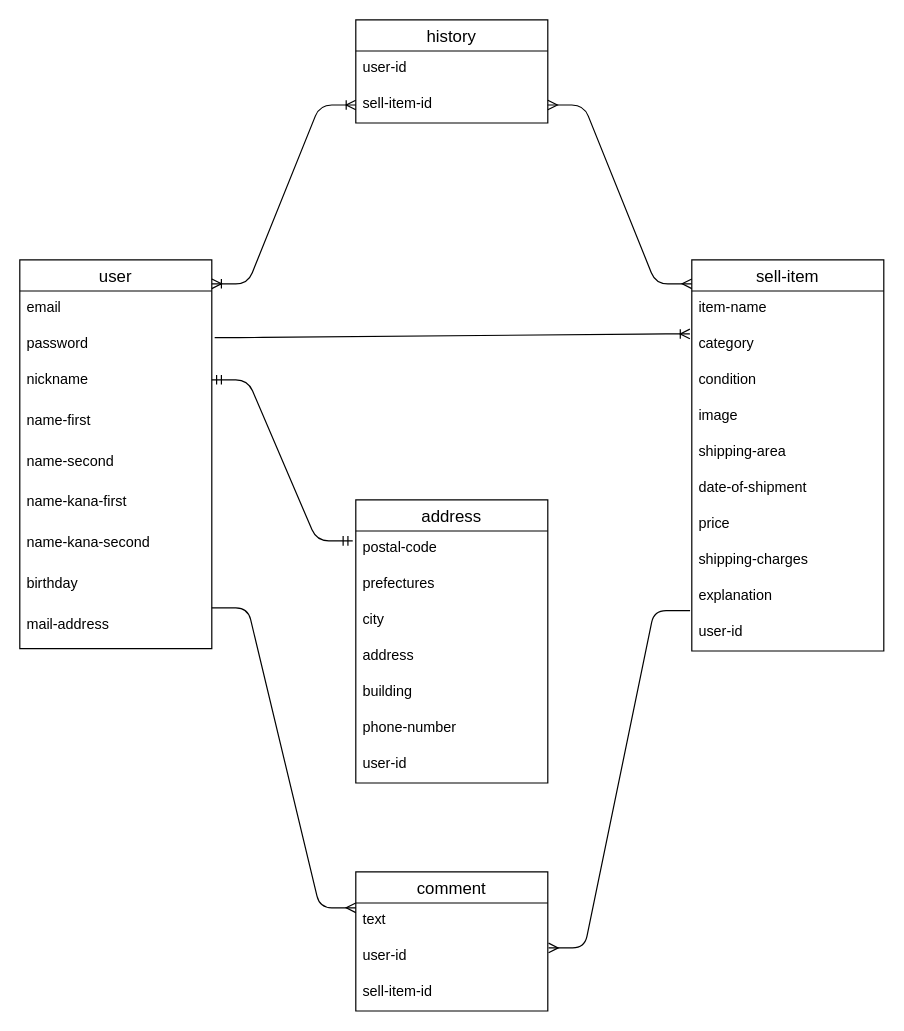
Above: hurima.dio in Tsutomu-sasaki1/furima-31549 (draw.io), before the change. Source tidied: cells renumbered, new cells numbered last; positions are measured from the earlier drawing's top-left corner, leaving out a move shared by most shapes. Both pictures are drawn from the tidied source at 120%, with x=0, y=0 at pixel (19, 19).
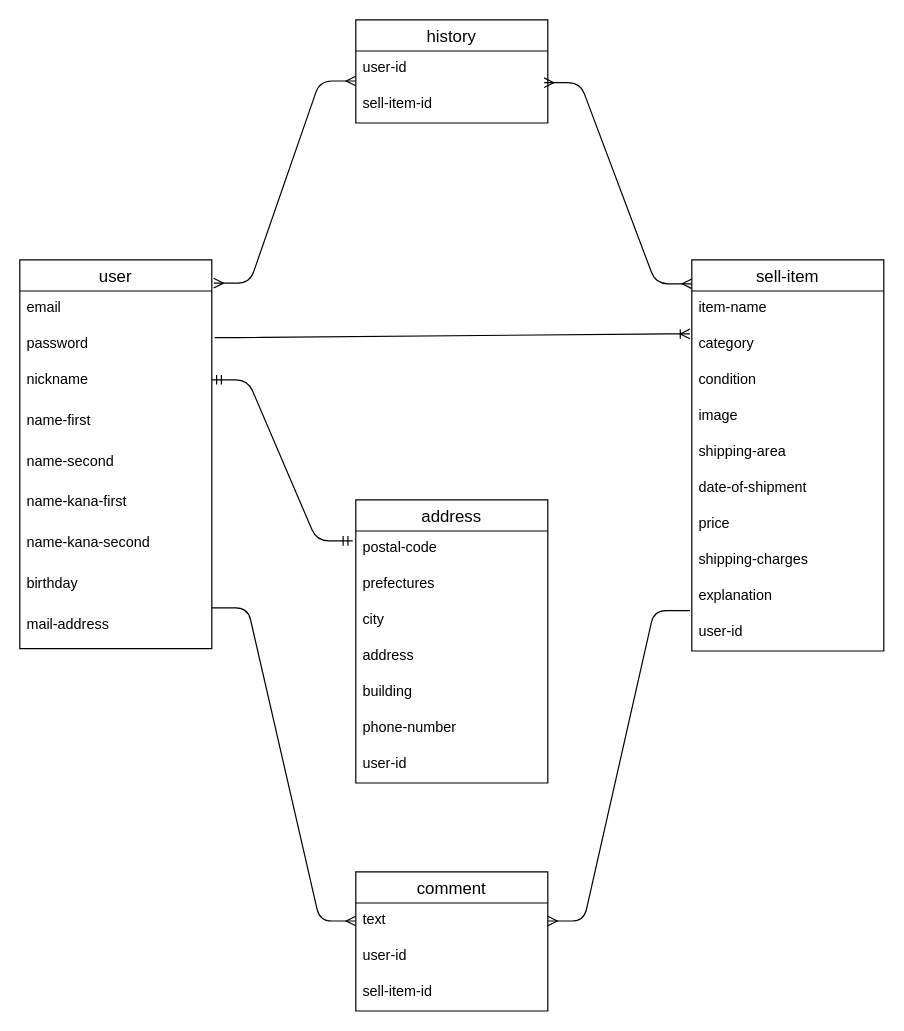
Above is the later version.

Commit message (it also covers changes not shown here):
user テーブル、unique: true を追加

Unchanged cells that the change refers to:
```xml
<mxCell id="2" value="user" style="swimlane;fontStyle=0;horizontal=1;startSize=26;align=center;fontSize=14;" parent="1" vertex="1">
  <mxGeometry y="200" width="160" height="324" as="geometry" />
</mxCell>
<mxCell id="30" value="user-id" style="text;strokeColor=none;fillColor=none;spacingLeft=4;spacingRight=4;overflow=hidden;points=[[0,0.5],[1,0.5]];portConstraint=eastwest;fontSize=12;" parent="20" vertex="1">
  <mxGeometry y="296" width="160" height="30" as="geometry" />
</mxCell>
<mxCell id="33" value="sell-item-id" style="text;strokeColor=none;fillColor=none;spacingLeft=4;spacingRight=4;overflow=hidden;points=[[0,0.5],[1,0.5]];portConstraint=eastwest;fontSize=12;" parent="31" vertex="1">
  <mxGeometry y="56" width="160" height="30" as="geometry" />
</mxCell>
<mxCell id="39" value="text" style="text;strokeColor=none;fillColor=none;spacingLeft=4;spacingRight=4;overflow=hidden;points=[[0,0.5],[1,0.5]];portConstraint=eastwest;fontSize=12;" parent="38" vertex="1">
  <mxGeometry y="26" width="160" height="30" as="geometry" />
</mxCell>
<mxCell id="40" value="user-id" style="text;strokeColor=none;fillColor=none;spacingLeft=4;spacingRight=4;overflow=hidden;points=[[0,0.5],[1,0.5]];portConstraint=eastwest;fontSize=12;" parent="38" vertex="1">
  <mxGeometry y="56" width="160" height="30" as="geometry" />
</mxCell>
```

What changed in the source:
```diff
@@
-    <mxCell id="34" style="edgeStyle=entityRelationEdgeStyle;fontSize=12;html=1;endArrow=ERoneToMany;startArrow=ERoneToMany;entryX=0;entryY=0.5;entryDx=0;entryDy=0;" parent="1" edge="1" target="33">
-      <mxGeometry relative="1" as="geometry">
-        <mxPoint x="160" y="220" as="sourcePoint" />
-      </mxGeometry>
-    </mxCell>
-    <mxCell id="35" style="edgeStyle=entityRelationEdgeStyle;fontSize=12;html=1;endArrow=ERmany;startArrow=ERmany;exitX=1;exitY=0.5;exitDx=0;exitDy=0;" parent="1" edge="1" source="33">
+    <mxCell id="35" style="edgeStyle=entityRelationEdgeStyle;fontSize=12;html=1;endArrow=ERmany;startArrow=ERmany;exitX=0.981;exitY=-0.12;exitDx=0;exitDy=0;exitPerimeter=0;" parent="1" edge="1" source="33">
       <mxGeometry relative="1" as="geometry">
         <mxPoint x="560" y="220" as="targetPoint" />
       </mxGeometry>
     </mxCell>
@@
-    <mxCell id="42" style="edgeStyle=entityRelationEdgeStyle;fontSize=12;html=1;endArrow=ERmany;" parent="1" edge="1">
+    <mxCell id="42" style="edgeStyle=entityRelationEdgeStyle;fontSize=12;html=1;endArrow=ERmany;entryX=0;entryY=0.5;entryDx=0;entryDy=0;" parent="1" edge="1" target="39">
       <mxGeometry relative="1" as="geometry">
         <mxPoint x="160" y="490" as="sourcePoint" />
-        <mxPoint x="280" y="740" as="targetPoint" />
       </mxGeometry>
     </mxCell>
-    <mxCell id="43" style="edgeStyle=entityRelationEdgeStyle;fontSize=12;html=1;endArrow=ERmany;exitX=-0.009;exitY=-0.12;exitDx=0;exitDy=0;exitPerimeter=0;entryX=1.004;entryY=0.247;entryDx=0;entryDy=0;entryPerimeter=0;" parent="1" edge="1" source="30" target="40">
+    <mxCell id="43" style="edgeStyle=entityRelationEdgeStyle;fontSize=12;html=1;endArrow=ERmany;exitX=-0.009;exitY=-0.12;exitDx=0;exitDy=0;exitPerimeter=0;entryX=1;entryY=0.5;entryDx=0;entryDy=0;" parent="1" edge="1" source="30" target="39">
       <mxGeometry relative="1" as="geometry" />
     </mxCell>
+    <mxCell id="44" style="edgeStyle=entityRelationEdgeStyle;fontSize=12;html=1;endArrow=ERmany;startArrow=ERmany;exitX=1.01;exitY=0.06;exitDx=0;exitDy=0;exitPerimeter=0;" parent="1" edge="1" source="2">
+      <mxGeometry relative="1" as="geometry">
+        <mxPoint x="280" y="51" as="targetPoint" />
+      </mxGeometry>
+    </mxCell>
```
